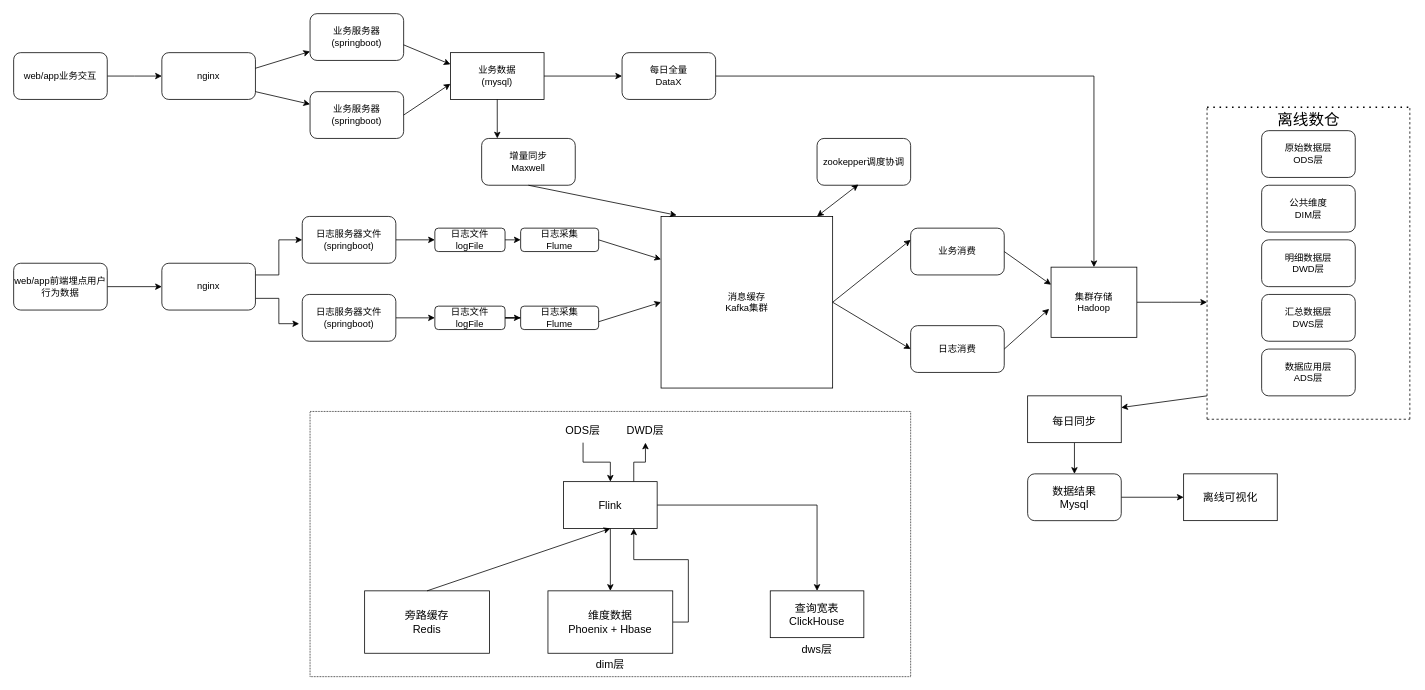
Before: 实时数仓架构图.drawio in liuze713/warehouse, a draw.io diagram. Source tidied: cells renumbered, new cells numbered last; positions are measured from the earlier drawing's top-left corner, leaving out a move shared by most shapes. Both pictures are drawn from the tidied source at 78%, with x=0, y=0 at pixel (13, 13).
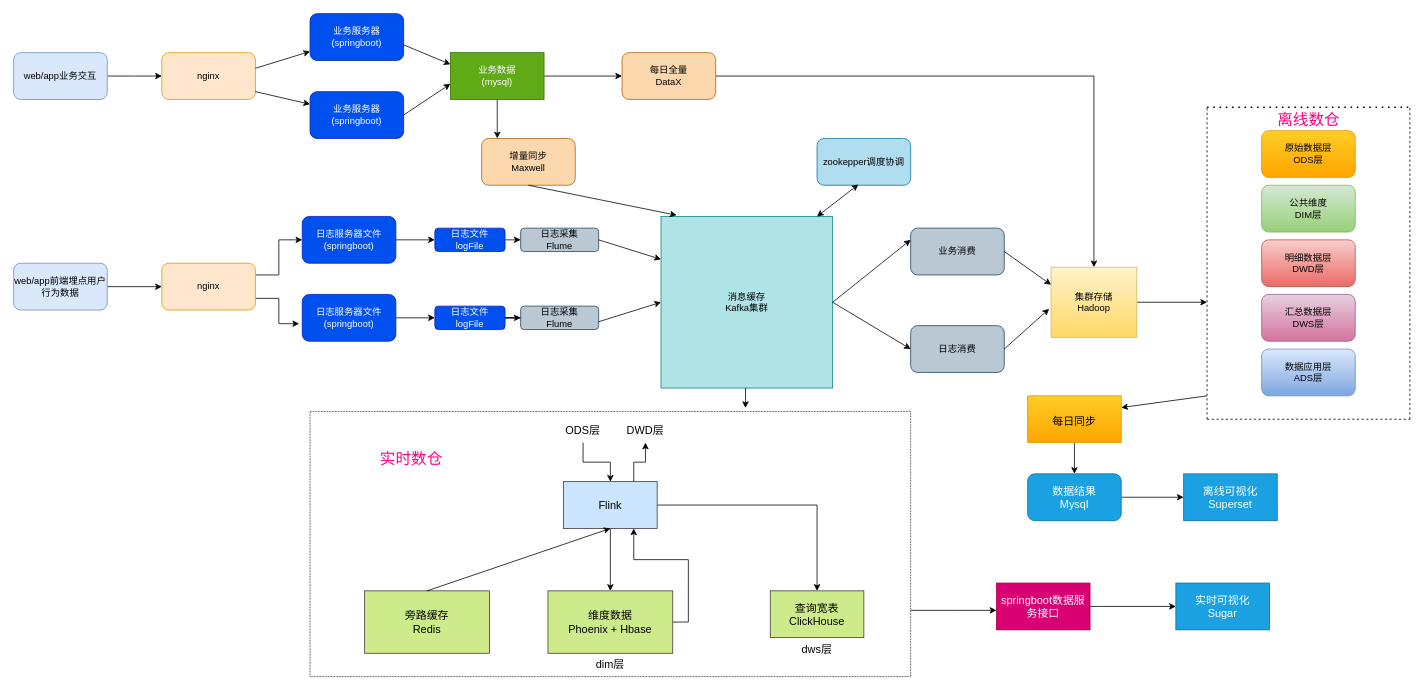
The same diagram, later.

Commit message (it also covers changes not shown here):
更新实时数仓架构图.drawio

The change refers to these unchanged cells:
```xml
<mxCell id="62" style="rounded=0;whiteSpace=wrap;html=1;fontSize=14;dashed=1;dashPattern=1 1;" parent="1" vertex="1">
  <mxGeometry x="380" y="510" width="770" height="340" as="geometry" />
</mxCell>
```

Change to the diagram source:
```diff
@@
-    <mxCell id="3" value="web/app业务交互" style="rounded=1;whiteSpace=wrap;html=1;" parent="1" vertex="1">
+    <mxCell id="3" value="web/app业务交互" style="rounded=1;whiteSpace=wrap;html=1;fillColor=#dae8fc;strokeColor=#6c8ebf;" parent="1" vertex="1">
       <mxGeometry y="50" width="120" height="60" as="geometry" />
     </mxCell>
-    <mxCell id="4" value="nginx" style="rounded=1;whiteSpace=wrap;html=1;" parent="1" vertex="1">
+    <mxCell id="4" value="nginx" style="rounded=1;whiteSpace=wrap;html=1;fillColor=#ffe6cc;strokeColor=#d79b00;" parent="1" vertex="1">
       <mxGeometry x="190" y="50" width="120" height="60" as="geometry" />
     </mxCell>
@@
-    <mxCell id="7" value="业务服务器&lt;br&gt;(springboot)" style="rounded=1;whiteSpace=wrap;html=1;" parent="1" vertex="1">
+    <mxCell id="7" value="业务服务器&lt;br&gt;(springboot)" style="rounded=1;whiteSpace=wrap;html=1;fillColor=#0050ef;fontColor=#ffffff;strokeColor=#001DBC;" parent="1" vertex="1">
       <mxGeometry x="380" y="100" width="120" height="60" as="geometry" />
     </mxCell>
-    <mxCell id="8" value="业务服务器&lt;br&gt;(springboot)" style="rounded=1;whiteSpace=wrap;html=1;" parent="1" vertex="1">
+    <mxCell id="8" value="业务服务器&lt;br&gt;(springboot)" style="rounded=1;whiteSpace=wrap;html=1;fillColor=#0050ef;fontColor=#ffffff;strokeColor=#001DBC;" parent="1" vertex="1">
       <mxGeometry x="380" width="120" height="60" as="geometry" />
     </mxCell>
@@
-    <mxCell id="10" value="业务数据&lt;br&gt;(mysql)" style="rounded=0;whiteSpace=wrap;html=1;" parent="1" vertex="1">
+    <mxCell id="10" value="业务数据&lt;br&gt;(mysql)" style="rounded=0;whiteSpace=wrap;html=1;fillColor=#60a917;fontColor=#ffffff;strokeColor=#2D7600;" parent="1" vertex="1">
       <mxGeometry x="560" y="50" width="120" height="60" as="geometry" />
     </mxCell>
@@
-    <mxCell id="14" value="每日全量&lt;br&gt;DataX" style="rounded=1;whiteSpace=wrap;html=1;" parent="1" vertex="1">
+    <mxCell id="14" value="每日全量&lt;br&gt;DataX" style="rounded=1;whiteSpace=wrap;html=1;fillColor=#fad7ac;strokeColor=#b46504;" parent="1" vertex="1">
       <mxGeometry x="780" y="50" width="120" height="60" as="geometry" />
     </mxCell>
@@
-    <mxCell id="16" value="web/app前端埋点用户行为数据" style="rounded=1;whiteSpace=wrap;html=1;" parent="1" vertex="1">
+    <mxCell id="16" value="web/app前端埋点用户行为数据" style="rounded=1;whiteSpace=wrap;html=1;fillColor=#dae8fc;strokeColor=#6c8ebf;" parent="1" vertex="1">
       <mxGeometry y="320" width="120" height="60" as="geometry" />
     </mxCell>
@@
-    <mxCell id="19" value="nginx" style="rounded=1;whiteSpace=wrap;html=1;" parent="1" vertex="1">
+    <mxCell id="19" value="nginx" style="rounded=1;whiteSpace=wrap;html=1;fillColor=#ffe6cc;strokeColor=#d79b00;" parent="1" vertex="1">
       <mxGeometry x="190" y="320" width="120" height="60" as="geometry" />
     </mxCell>
@@
-    <mxCell id="21" value="日志服务器文件&lt;br&gt;(springboot)" style="rounded=1;whiteSpace=wrap;html=1;" parent="1" vertex="1">
+    <mxCell id="21" value="日志服务器文件&lt;br&gt;(springboot)" style="rounded=1;whiteSpace=wrap;html=1;fillColor=#0050ef;fontColor=#ffffff;strokeColor=#001DBC;" parent="1" vertex="1">
       <mxGeometry x="370" y="260" width="120" height="60" as="geometry" />
     </mxCell>
@@
-    <mxCell id="23" value="日志服务器文件&lt;br&gt;(springboot)" style="rounded=1;whiteSpace=wrap;html=1;" parent="1" vertex="1">
+    <mxCell id="23" value="日志服务器文件&lt;br&gt;(springboot)" style="rounded=1;whiteSpace=wrap;html=1;fillColor=#0050ef;fontColor=#ffffff;strokeColor=#001DBC;" parent="1" vertex="1">
       <mxGeometry x="370" y="360" width="120" height="60" as="geometry" />
     </mxCell>
@@
-    <mxCell id="25" value="日志文件&lt;br&gt;logFile" style="rounded=1;whiteSpace=wrap;html=1;" parent="1" vertex="1">
+    <mxCell id="25" value="日志文件&lt;br&gt;logFile" style="rounded=1;whiteSpace=wrap;html=1;fillColor=#0050ef;fontColor=#ffffff;strokeColor=#001DBC;" parent="1" vertex="1">
       <mxGeometry x="540" y="275" width="90" height="30" as="geometry" />
     </mxCell>
@@
-    <mxCell id="27" value="日志文件&lt;br&gt;logFile" style="rounded=1;whiteSpace=wrap;html=1;" parent="1" vertex="1">
+    <mxCell id="27" value="日志文件&lt;br&gt;logFile" style="rounded=1;whiteSpace=wrap;html=1;fillColor=#0050ef;fontColor=#ffffff;strokeColor=#001DBC;" parent="1" vertex="1">
       <mxGeometry x="540" y="375" width="90" height="30" as="geometry" />
     </mxCell>
-    <mxCell id="28" value="日志采集&lt;br&gt;Flume" style="rounded=1;whiteSpace=wrap;html=1;" parent="1" vertex="1">
+    <mxCell id="28" value="日志采集&lt;br&gt;Flume" style="rounded=1;whiteSpace=wrap;html=1;fillColor=#bac8d3;strokeColor=#23445d;" parent="1" vertex="1">
       <mxGeometry x="650" y="275" width="100" height="30" as="geometry" />
     </mxCell>
-    <mxCell id="29" value="日志采集&lt;br&gt;Flume" style="rounded=1;whiteSpace=wrap;html=1;" parent="1" vertex="1">
+    <mxCell id="29" value="日志采集&lt;br&gt;Flume" style="rounded=1;whiteSpace=wrap;html=1;fillColor=#bac8d3;strokeColor=#23445d;" parent="1" vertex="1">
       <mxGeometry x="650" y="375" width="100" height="30" as="geometry" />
     </mxCell>
+    <mxCell id="77" style="edgeStyle=orthogonalEdgeStyle;rounded=0;jettySize=auto;html=1;exitX=0.5;exitY=1;exitDx=0;exitDy=0;entryX=0.725;entryY=-0.013;entryDx=0;entryDy=0;entryPerimeter=0;fontSize=14;" parent="1" edge="1" source="30" target="62">
+      <mxGeometry relative="1" as="geometry" />
+    </mxCell>
-    <mxCell id="30" value="消息缓存&lt;br&gt;Kafka集群" style="whiteSpace=wrap;html=1;" parent="1" vertex="1">
+    <mxCell id="30" value="消息缓存&lt;br&gt;Kafka集群" style="whiteSpace=wrap;html=1;fillColor=#b0e3e6;strokeColor=#0e8088;" parent="1" vertex="1">
       <mxGeometry x="830" y="260" width="220" height="220" as="geometry" />
     </mxCell>
-    <mxCell id="31" value="zookepper调度协调" style="rounded=1;whiteSpace=wrap;html=1;" parent="1" vertex="1">
+    <mxCell id="31" value="zookepper调度协调" style="rounded=1;whiteSpace=wrap;html=1;fillColor=#b1ddf0;strokeColor=#10739e;" parent="1" vertex="1">
       <mxGeometry x="1030" y="160" width="120" height="60" as="geometry" />
     </mxCell>
@@
-    <mxCell id="36" value="集群存储&lt;br&gt;Hadoop" style="rounded=0;whiteSpace=wrap;html=1;" parent="1" vertex="1">
+    <mxCell id="36" value="集群存储&lt;br&gt;Hadoop" style="rounded=0;whiteSpace=wrap;html=1;fillColor=#fff2cc;gradientColor=#ffd966;strokeColor=#d6b656;" parent="1" vertex="1">
       <mxGeometry x="1330" y="325" width="110" height="90" as="geometry" />
     </mxCell>
-    <mxCell id="37" value="业务消费" style="rounded=1;whiteSpace=wrap;html=1;" parent="1" vertex="1">
+    <mxCell id="37" value="业务消费" style="rounded=1;whiteSpace=wrap;html=1;fillColor=#bac8d3;strokeColor=#23445d;" parent="1" vertex="1">
       <mxGeometry x="1150" y="275" width="120" height="60" as="geometry" />
     </mxCell>
-    <mxCell id="38" value="日志消费" style="rounded=1;whiteSpace=wrap;html=1;" parent="1" vertex="1">
+    <mxCell id="38" value="日志消费" style="rounded=1;whiteSpace=wrap;html=1;fillColor=#bac8d3;strokeColor=#23445d;" parent="1" vertex="1">
       <mxGeometry x="1150" y="400" width="120" height="60" as="geometry" />
     </mxCell>
@@
-    <mxCell id="43" value="增量同步&lt;br&gt;Maxwell" style="rounded=1;whiteSpace=wrap;html=1;" parent="1" vertex="1">
+    <mxCell id="43" value="增量同步&lt;br&gt;Maxwell" style="rounded=1;whiteSpace=wrap;html=1;fillColor=#fad7ac;strokeColor=#b46504;" parent="1" vertex="1">
       <mxGeometry x="600" y="160" width="120" height="60" as="geometry" />
     </mxCell>
@@
-    <mxCell id="50" value="数据应用层&lt;br&gt;ADS层" style="rounded=1;whiteSpace=wrap;html=1;" parent="1" vertex="1">
+    <mxCell id="50" value="数据应用层&lt;br&gt;ADS层" style="rounded=1;whiteSpace=wrap;html=1;fillColor=#dae8fc;gradientColor=#7ea6e0;strokeColor=#6c8ebf;" parent="1" vertex="1">
       <mxGeometry x="1600" y="430" width="120" height="60" as="geometry" />
     </mxCell>
-    <mxCell id="51" value="汇总数据层&lt;br&gt;DWS层" style="rounded=1;whiteSpace=wrap;html=1;" parent="1" vertex="1">
+    <mxCell id="51" value="汇总数据层&lt;br&gt;DWS层" style="rounded=1;whiteSpace=wrap;html=1;fillColor=#e6d0de;gradientColor=#d5739d;strokeColor=#996185;" parent="1" vertex="1">
       <mxGeometry x="1600" y="360" width="120" height="60" as="geometry" />
     </mxCell>
-    <mxCell id="52" value="明细数据层&lt;br&gt;DWD层" style="rounded=1;whiteSpace=wrap;html=1;" parent="1" vertex="1">
+    <mxCell id="52" value="明细数据层&lt;br&gt;DWD层" style="rounded=1;whiteSpace=wrap;html=1;fillColor=#f8cecc;gradientColor=#ea6b66;strokeColor=#b85450;" parent="1" vertex="1">
       <mxGeometry x="1600" y="290" width="120" height="60" as="geometry" />
     </mxCell>
-    <mxCell id="53" value="公共维度&lt;br&gt;DIM层" style="rounded=1;whiteSpace=wrap;html=1;" parent="1" vertex="1">
+    <mxCell id="53" value="公共维度&lt;br&gt;DIM层" style="rounded=1;whiteSpace=wrap;html=1;fillColor=#d5e8d4;gradientColor=#97d077;strokeColor=#82b366;" parent="1" vertex="1">
       <mxGeometry x="1600" y="220" width="120" height="60" as="geometry" />
     </mxCell>
-    <mxCell id="54" value="原始数据层&lt;br&gt;ODS层" style="rounded=1;whiteSpace=wrap;html=1;" parent="1" vertex="1">
+    <mxCell id="54" value="原始数据层&lt;br&gt;ODS层" style="rounded=1;whiteSpace=wrap;html=1;fillColor=#ffcd28;gradientColor=#ffa500;strokeColor=#d79b00;" parent="1" vertex="1">
       <mxGeometry x="1600" y="150" width="120" height="60" as="geometry" />
     </mxCell>
-    <mxCell id="55" value="&lt;font style=&quot;font-size: 20px;&quot;&gt;离线数仓&lt;/font&gt;" style="text;html=1;align=center;verticalAlign=middle;strokeColor=none;fillColor=none;" parent="1" vertex="1">
+    <mxCell id="55" value="&lt;font color=&quot;#ff0080&quot; style=&quot;font-size: 20px;&quot;&gt;离线数仓&lt;/font&gt;" style="text;html=1;align=center;verticalAlign=middle;strokeColor=none;fillColor=none;" parent="1" vertex="1">
       <mxGeometry x="1610" y="115" width="100" height="40" as="geometry" />
     </mxCell>
@@
-    <mxCell id="57" value="&lt;font style=&quot;font-size: 14px;&quot;&gt;每日同步&lt;/font&gt;" style="rounded=0;whiteSpace=wrap;html=1;fontSize=20;" parent="1" vertex="1">
+    <mxCell id="57" value="&lt;font style=&quot;font-size: 14px;&quot;&gt;每日同步&lt;/font&gt;" style="rounded=0;whiteSpace=wrap;html=1;fontSize=20;fillColor=#ffcd28;gradientColor=#ffa500;strokeColor=#d79b00;" parent="1" vertex="1">
       <mxGeometry x="1300" y="490" width="120" height="60" as="geometry" />
     </mxCell>
@@
-    <mxCell id="60" value="数据结果&lt;br&gt;Mysql" style="rounded=1;whiteSpace=wrap;html=1;fontSize=14;" parent="1" vertex="1">
+    <mxCell id="60" value="数据结果&lt;br&gt;Mysql" style="rounded=1;whiteSpace=wrap;html=1;fontSize=14;fillColor=#1ba1e2;fontColor=#ffffff;strokeColor=#006EAF;" parent="1" vertex="1">
       <mxGeometry x="1300" y="590" width="120" height="60" as="geometry" />
     </mxCell>
-    <mxCell id="61" value="离线可视化" style="rounded=0;whiteSpace=wrap;html=1;fontSize=14;" parent="1" vertex="1">
+    <mxCell id="61" value="离线可视化&lt;br&gt;Superset" style="rounded=0;whiteSpace=wrap;html=1;fontSize=14;fillColor=#1ba1e2;fontColor=#ffffff;strokeColor=#006EAF;" parent="1" vertex="1">
       <mxGeometry x="1500" y="590" width="120" height="60" as="geometry" />
     </mxCell>
+    <mxCell id="78" style="edgeStyle=orthogonalEdgeStyle;rounded=0;jettySize=auto;html=1;exitX=1;exitY=0.75;exitDx=0;exitDy=0;fontSize=14;" parent="1" edge="1" source="62">
+      <mxGeometry relative="1" as="geometry">
+        <mxPoint x="1260" y="765" as="targetPoint" />
+      </mxGeometry>
+    </mxCell>
@@
-    <mxCell id="66" value="Flink" style="rounded=0;whiteSpace=wrap;html=1;fontSize=14;" parent="1" vertex="1">
+    <mxCell id="66" value="Flink" style="rounded=0;whiteSpace=wrap;html=1;fontSize=14;fillColor=#cce5ff;strokeColor=#36393d;" parent="1" vertex="1">
       <mxGeometry x="705" y="600" width="120" height="60" as="geometry" />
     </mxCell>
@@
-    <mxCell id="70" value="旁路缓存&lt;br&gt;Redis" style="rounded=0;whiteSpace=wrap;html=1;fontSize=14;" parent="1" vertex="1">
+    <mxCell id="70" value="旁路缓存&lt;br&gt;Redis" style="rounded=0;whiteSpace=wrap;html=1;fontSize=14;fillColor=#cdeb8b;strokeColor=#36393d;" parent="1" vertex="1">
       <mxGeometry x="450" y="740" width="160" height="80" as="geometry" />
     </mxCell>
@@
-    <mxCell id="73" value="维度数据&lt;br&gt;Phoenix + Hbase" style="rounded=0;whiteSpace=wrap;html=1;fontSize=14;" parent="1" vertex="1">
+    <mxCell id="73" value="维度数据&lt;br&gt;Phoenix + Hbase" style="rounded=0;whiteSpace=wrap;html=1;fontSize=14;fillColor=#cdeb8b;strokeColor=#36393d;" parent="1" vertex="1">
       <mxGeometry x="685" y="740" width="160" height="80" as="geometry" />
     </mxCell>
-    <mxCell id="74" value="查询宽表&lt;br&gt;ClickHouse" style="rounded=0;whiteSpace=wrap;html=1;fontSize=14;" parent="1" vertex="1">
+    <mxCell id="74" value="查询宽表&lt;br&gt;ClickHouse" style="rounded=0;whiteSpace=wrap;html=1;fontSize=14;fillColor=#cdeb8b;strokeColor=#36393d;" parent="1" vertex="1">
       <mxGeometry x="970" y="740" width="120" height="60" as="geometry" />
     </mxCell>
@@
+    <mxCell id="79" style="edgeStyle=orthogonalEdgeStyle;rounded=0;jettySize=auto;html=1;exitX=1;exitY=0.5;exitDx=0;exitDy=0;entryX=0;entryY=0.5;entryDx=0;entryDy=0;fontSize=14;" parent="1" edge="1" source="80" target="81">
+      <mxGeometry relative="1" as="geometry" />
+    </mxCell>
+    <mxCell id="80" value="springboot数据服务接口" style="rounded=0;whiteSpace=wrap;html=1;fontSize=14;fillColor=#d80073;fontColor=#ffffff;strokeColor=#A50040;" parent="1" vertex="1">
+      <mxGeometry x="1260" y="730" width="120" height="60" as="geometry" />
+    </mxCell>
+    <mxCell id="81" value="实时可视化&lt;br&gt;Sugar" style="rounded=0;whiteSpace=wrap;html=1;fontSize=14;fillColor=#1ba1e2;fontColor=#ffffff;strokeColor=#006EAF;" parent="1" vertex="1">
+      <mxGeometry x="1490" y="730" width="120" height="60" as="geometry" />
+    </mxCell>
+    <mxCell id="82" value="&lt;font color=&quot;#ff0080&quot; style=&quot;font-size: 20px;&quot;&gt;实时数仓&lt;/font&gt;" style="text;html=1;strokeColor=none;fillColor=none;align=center;verticalAlign=middle;whiteSpace=wrap;rounded=0;fontSize=14;" parent="1" vertex="1">
+      <mxGeometry x="440" y="555" width="140" height="30" as="geometry" />
+    </mxCell>
```
